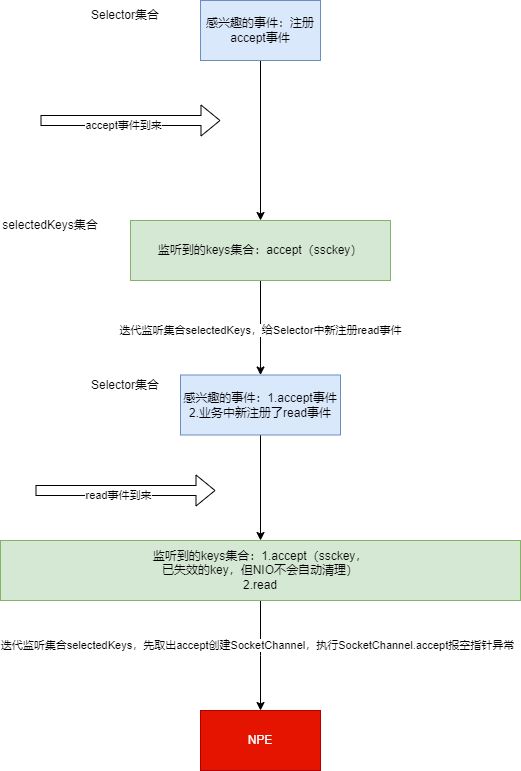
The draw.io diagram NIO处理accept事件.drawio.png in lyflexi/draw.io-online, before a commit. Source tidied: cells renumbered, new cells last; positions are measured from the earlier drawing's top-left corner, leaving out a move shared by most shapes.
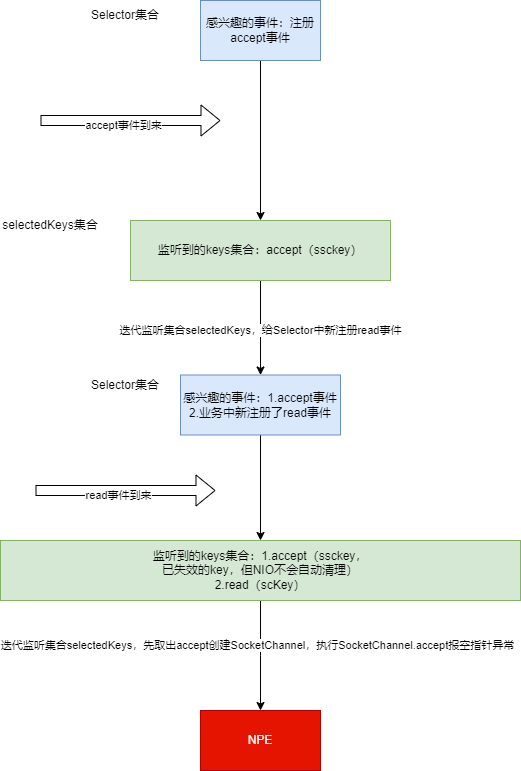
The same file after the commit.

Commit message:
更新NIO处理accept事件.drawio.png

Diff of the diagram source:
```diff
@@ -31,7 +31,7 @@
     <mxCell id="10" value="迭代监听集合selectedKeys，先取出accept创建SocketChannel，执行SocketChannel.accept报空指针异常" style="edgeLabel;html=1;align=center;verticalAlign=middle;" parent="9" vertex="1">
       <mxGeometry x="-0.2" y="-4" relative="1" as="geometry" />
     </mxCell>
-    <mxCell id="11" value="监听到的keys集合：1.accept（ssckey，&lt;br&gt;已失效的key，但NIO不会自动清理）&lt;br&gt;2.read" style="rounded=0;whiteSpace=wrap;html=1;fillColor=#d5e8d4;strokeColor=#82b366;" parent="1" vertex="1">
+    <mxCell id="11" value="监听到的keys集合：1.accept（ssckey，&lt;br&gt;已失效的key，但NIO不会自动清理）&lt;br&gt;2.read（scKey）" style="rounded=0;whiteSpace=wrap;html=1;fillColor=#d5e8d4;strokeColor=#82b366;" parent="1" vertex="1">
       <mxGeometry y="540" width="520" height="60" as="geometry" />
     </mxCell>
     <mxCell id="12" style="shape=flexArrow;endArrow=classic;html=1;rounded=0;" parent="1" edge="1">
```
